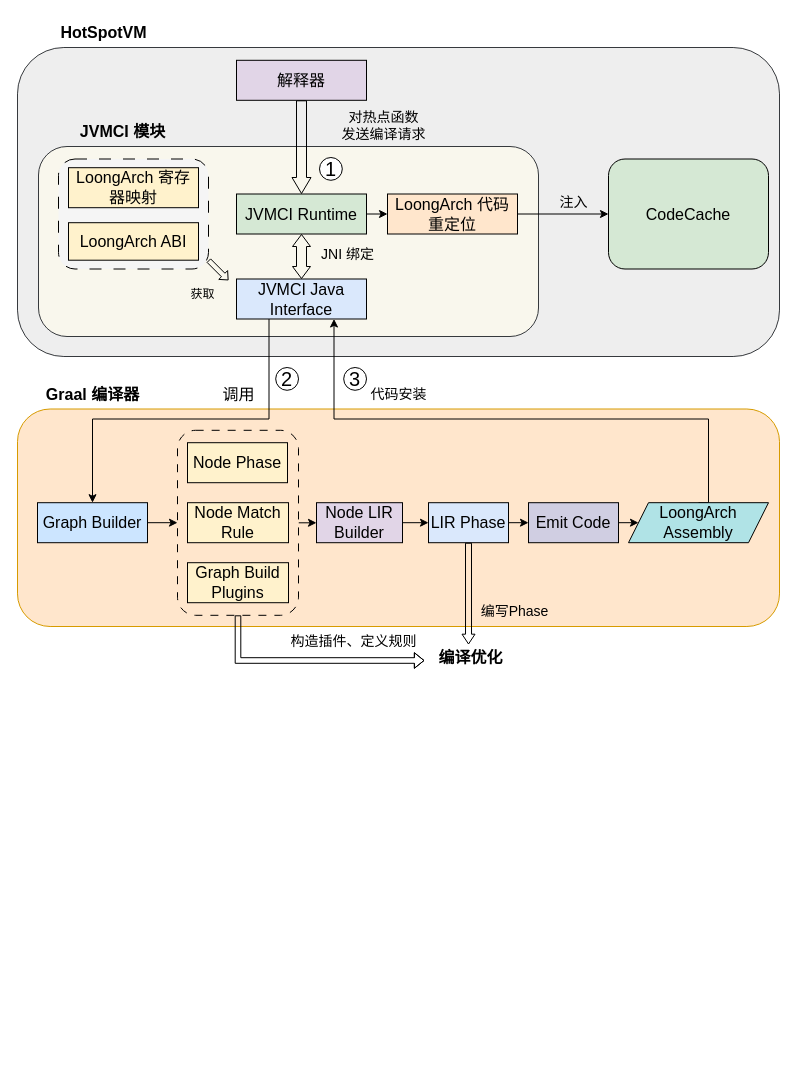
Before: Intro.drawio in f123888/Draw.IO, a draw.io diagram. Source tidied: cells renumbered, new cells numbered last; positions are measured from the earlier drawing's top-left corner, leaving out a move shared by most shapes. Both pictures are drawn from the tidied source at 100%, with x=0, y=0 at pixel (17, 17).
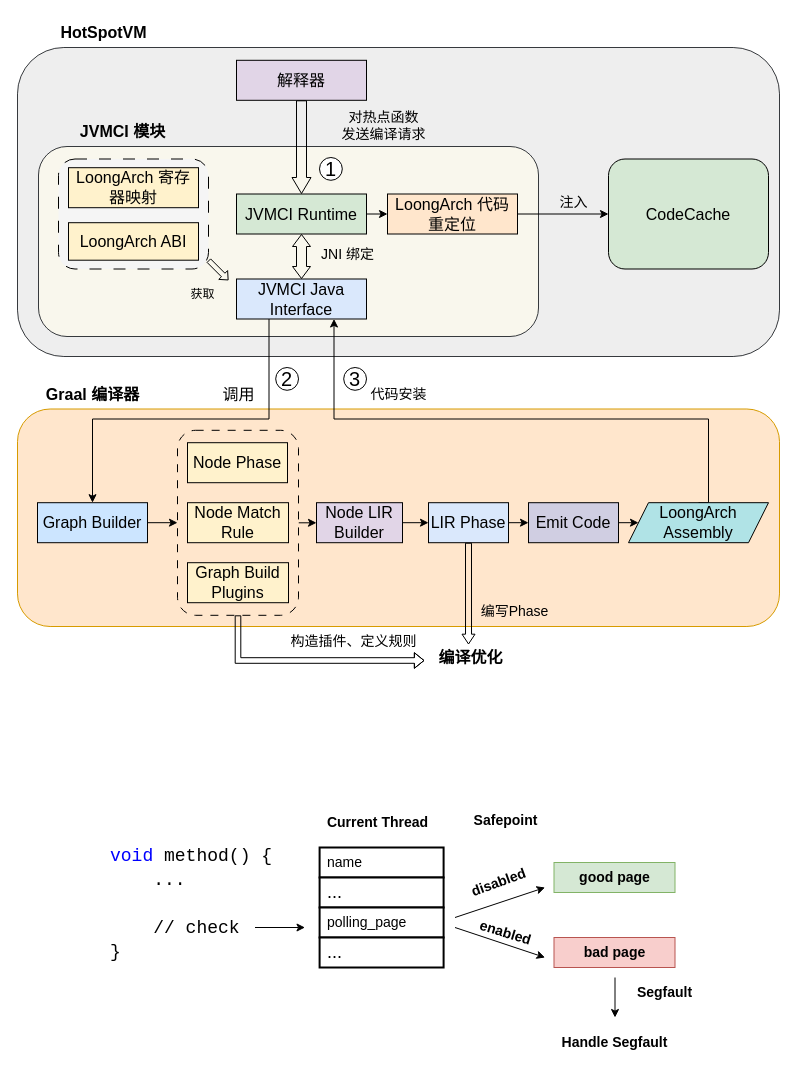
The same page after the edit.

The edit, as a diff of the source:
```diff
@@
+    <mxCell id="51" value="&lt;div style=&quot;background-color: rgb(255, 255, 255); font-family: Consolas, &amp;quot;Courier New&amp;quot;, monospace; font-weight: normal; font-size: 18px; line-height: 24px; white-space: pre;&quot;&gt;&lt;div style=&quot;color: light-dark(rgb(0, 0, 0), rgb(237, 237, 237));&quot;&gt;&lt;span style=&quot;color: rgb(0, 0, 255);&quot;&gt;void&lt;/span&gt;&lt;span style=&quot;color: rgb(0, 0, 0);&quot;&gt; method() {&lt;/span&gt;&lt;/div&gt;&lt;div style=&quot;color: light-dark(rgb(0, 0, 0), rgb(237, 237, 237));&quot;&gt;&lt;span style=&quot;color: rgb(0, 0, 0);&quot;&gt;&amp;nbsp; &amp;nbsp; ...&lt;/span&gt;&lt;/div&gt;&lt;font style=&quot;color: rgb(0, 0, 0);&quot;&gt;&lt;br&gt;&lt;/font&gt;&lt;div style=&quot;&quot;&gt;&lt;span style=&quot;color: rgb(0, 0, 0);&quot;&gt;&amp;nbsp; &amp;nbsp; &lt;/span&gt;&lt;span style=&quot;color: rgb(0, 128, 0);&quot;&gt;&lt;font style=&quot;color: rgb(0, 0, 0);&quot;&gt;// check&lt;/font&gt;&lt;/span&gt;&lt;/div&gt;&lt;div style=&quot;color: light-dark(rgb(0, 0, 0), rgb(237, 237, 237));&quot;&gt;&lt;span style=&quot;color: rgb(0, 0, 0);&quot;&gt;}&lt;/span&gt;&lt;/div&gt;&lt;/div&gt;" style="text;whiteSpace=wrap;html=1;" parent="1" vertex="1">
+      <mxGeometry x="91" y="820" width="180" height="140" as="geometry" />
+    </mxCell>
+    <mxCell id="52" value="&lt;font style=&quot;font-size: 14px;&quot;&gt;name&lt;/font&gt;" style="rounded=0;whiteSpace=wrap;html=1;align=left;spacingLeft=6;strokeWidth=2;" parent="1" vertex="1">
+      <mxGeometry x="302.1" y="830" width="124" height="30" as="geometry" />
+    </mxCell>
+    <mxCell id="53" value="&lt;font style=&quot;font-size: 14px;&quot;&gt;&lt;b&gt;Current Thread&lt;/b&gt;&lt;/font&gt;" style="text;html=1;align=center;verticalAlign=middle;strokeColor=none;fillColor=none;" parent="1" vertex="1">
+      <mxGeometry x="300.1" y="790" width="120" height="30" as="geometry" />
+    </mxCell>
+    <mxCell id="54" value="&lt;font style=&quot;font-size: 18px;&quot;&gt;...&lt;/font&gt;" style="rounded=0;whiteSpace=wrap;html=1;align=left;spacingLeft=6;strokeWidth=2;" parent="1" vertex="1">
+      <mxGeometry x="302.1" y="860" width="124" height="30" as="geometry" />
+    </mxCell>
+    <mxCell id="55" value="&lt;font style=&quot;font-size: 14px;&quot;&gt;polling_page&lt;/font&gt;" style="rounded=0;whiteSpace=wrap;html=1;align=left;spacingLeft=6;strokeWidth=2;" parent="1" vertex="1">
+      <mxGeometry x="302.1" y="890" width="124" height="30" as="geometry" />
+    </mxCell>
+    <mxCell id="56" value="&lt;font style=&quot;font-size: 18px;&quot;&gt;...&lt;/font&gt;" style="rounded=0;whiteSpace=wrap;html=1;align=left;spacingLeft=6;strokeWidth=2;" parent="1" vertex="1">
+      <mxGeometry x="302.1" y="920" width="124" height="30" as="geometry" />
+    </mxCell>
+    <mxCell id="57" value="&lt;font style=&quot;font-size: 14px;&quot;&gt;good page&lt;/font&gt;" style="rounded=0;whiteSpace=wrap;html=1;fontStyle=1;fillColor=#d5e8d4;strokeColor=#82b366;" parent="1" vertex="1">
+      <mxGeometry x="536.5" y="845" width="121" height="30" as="geometry" />
+    </mxCell>
+    <mxCell id="58" value="&lt;font style=&quot;font-size: 14px;&quot;&gt;bad page&lt;/font&gt;" style="rounded=0;whiteSpace=wrap;html=1;fontStyle=1;fillColor=#f8cecc;strokeColor=#b85450;" parent="1" vertex="1">
+      <mxGeometry x="536.5" y="920" width="121" height="30" as="geometry" />
+    </mxCell>
+    <mxCell id="59" value="&lt;font style=&quot;font-size: 14px;&quot;&gt;&lt;b&gt;Safepoint&lt;/b&gt;&lt;/font&gt;" style="text;html=1;align=center;verticalAlign=middle;strokeColor=none;fillColor=none;" parent="1" vertex="1">
+      <mxGeometry x="442.5" y="788" width="90" height="30" as="geometry" />
+    </mxCell>
+    <mxCell id="60" style="endArrow=classic;html=1;rounded=0;" parent="1" edge="1">
+      <mxGeometry relative="1" as="geometry">
+        <mxPoint x="237.5" y="910" as="sourcePoint" />
+        <mxPoint x="287.5" y="910" as="targetPoint" />
+      </mxGeometry>
+    </mxCell>
+    <mxCell id="61" style="endArrow=classic;html=1;rounded=0;" parent="1" edge="1">
+      <mxGeometry relative="1" as="geometry">
+        <mxPoint x="437.5" y="900" as="sourcePoint" />
+        <mxPoint x="527.5" y="870" as="targetPoint" />
+      </mxGeometry>
+    </mxCell>
+    <mxCell id="62" style="endArrow=classic;html=1;rounded=0;" parent="1" edge="1">
+      <mxGeometry relative="1" as="geometry">
+        <mxPoint x="437.5" y="910" as="sourcePoint" />
+        <mxPoint x="527.5" y="940" as="targetPoint" />
+      </mxGeometry>
+    </mxCell>
+    <mxCell id="63" value="disabled" style="text;html=1;align=center;verticalAlign=middle;strokeColor=none;fillColor=none;fontSize=14;fontStyle=1;rotation=340;" parent="1" vertex="1">
+      <mxGeometry x="441" y="850" width="80" height="30" as="geometry" />
+    </mxCell>
+    <mxCell id="64" value="enabled" style="text;html=1;align=center;verticalAlign=middle;strokeColor=none;fillColor=none;fontSize=14;fontStyle=1;rotation=17;" parent="1" vertex="1">
+      <mxGeometry x="452.5" y="900" width="70" height="30" as="geometry" />
+    </mxCell>
+    <mxCell id="65" style="endArrow=classic;html=1;rounded=0;" parent="1" edge="1">
+      <mxGeometry relative="1" as="geometry">
+        <mxPoint x="597.5" y="960" as="sourcePoint" />
+        <mxPoint x="597.5" y="1000" as="targetPoint" />
+      </mxGeometry>
+    </mxCell>
+    <mxCell id="66" value="&lt;b&gt;&lt;font style=&quot;font-size: 14px;&quot;&gt;Segfault&lt;/font&gt;&lt;/b&gt;" style="text;html=1;align=center;verticalAlign=middle;strokeColor=none;fillColor=none;" parent="1" vertex="1">
+      <mxGeometry x="606.5" y="960" width="80" height="30" as="geometry" />
+    </mxCell>
+    <mxCell id="67" value="&lt;b&gt;&lt;font style=&quot;font-size: 14px;&quot;&gt;Handle Segfault&lt;/font&gt;&lt;/b&gt;" style="text;html=1;align=center;verticalAlign=middle;strokeColor=none;fillColor=none;" parent="1" vertex="1">
+      <mxGeometry x="532" y="1010" width="130" height="30" as="geometry" />
+    </mxCell>
```
